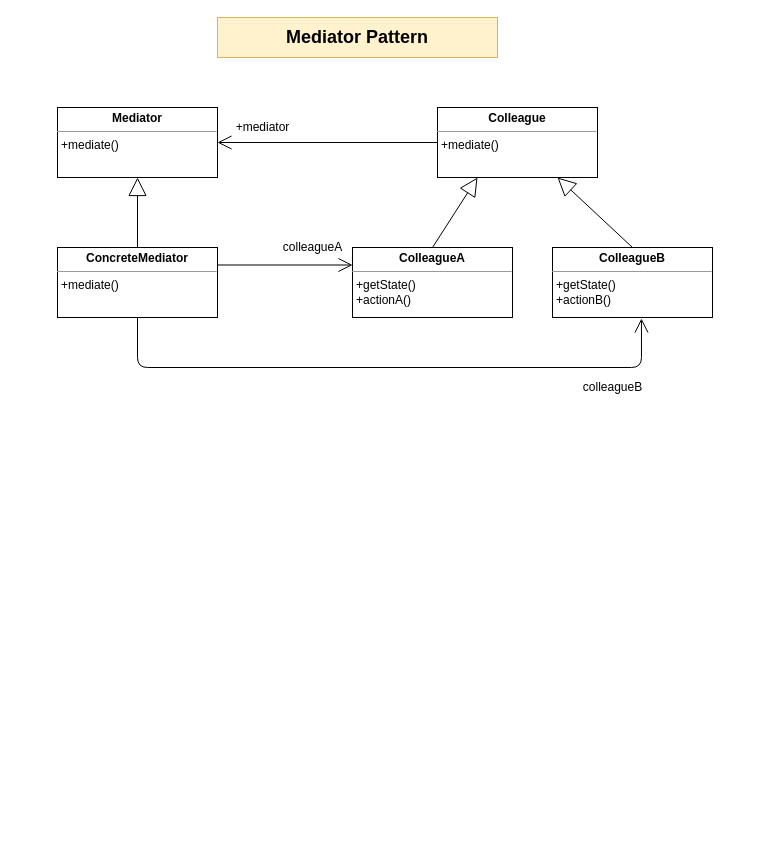
This is Design Pattern/Behavioral_Pattern/Mediator Pattern.drawio from ballantine04/ballantine04, a draw.io file, before an edit. Source tidied: cells renumbered, new cells numbered last; positions are measured from the earlier drawing's top-left corner, leaving out a move shared by most shapes. Both pictures are drawn from the tidied source at 100%, with x=0, y=0 at pixel (57, 17).
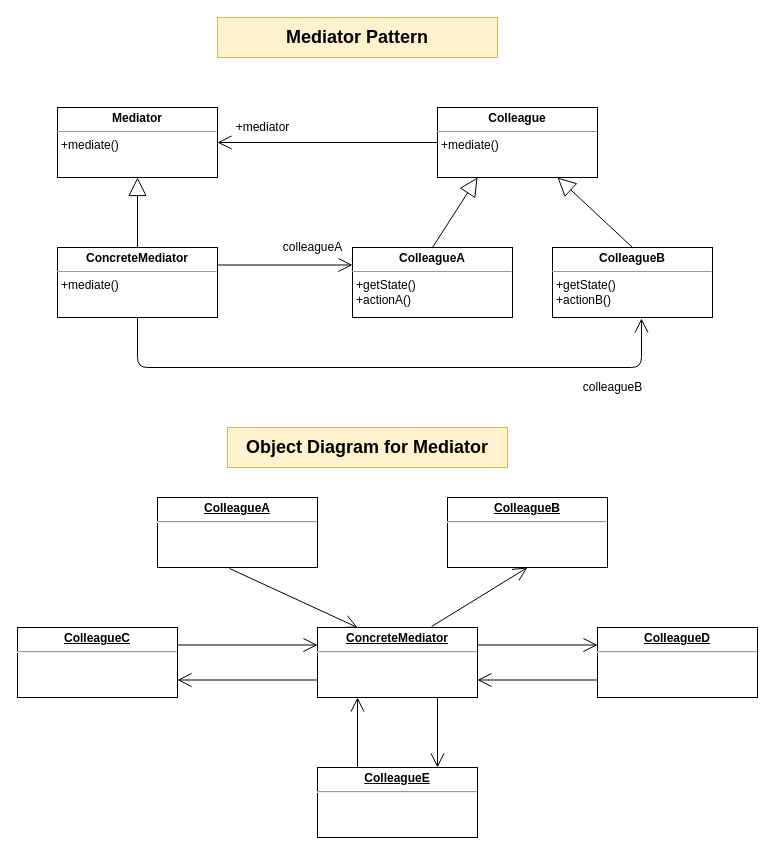
Above is the later version.

Diff of the diagram source:
```diff
@@
+    <mxCell id="17" value="Object Diagram for Mediator" style="text;html=1;strokeColor=#d6b656;fillColor=#fff2cc;align=center;verticalAlign=middle;whiteSpace=wrap;rounded=0;fontSize=18;fontStyle=1;" parent="1" vertex="1">
+      <mxGeometry x="170" y="410" width="280" height="40" as="geometry" />
+    </mxCell>
+    <mxCell id="18" value="&lt;p style=&quot;margin: 0px ; margin-top: 4px ; text-align: center ; text-decoration: underline&quot;&gt;&lt;b&gt;ColleagueA&lt;/b&gt;&lt;/p&gt;&lt;hr&gt;&lt;p style=&quot;margin: 0px ; margin-left: 8px&quot;&gt;&lt;br&gt;&lt;/p&gt;" style="verticalAlign=top;align=left;overflow=fill;fontSize=12;fontFamily=Helvetica;html=1;" parent="1" vertex="1">
+      <mxGeometry x="100" y="480" width="160" height="70" as="geometry" />
+    </mxCell>
+    <mxCell id="19" value="&lt;p style=&quot;margin: 0px ; margin-top: 4px ; text-align: center ; text-decoration: underline&quot;&gt;&lt;b&gt;ColleagueB&lt;/b&gt;&lt;/p&gt;&lt;hr&gt;&lt;p style=&quot;margin: 0px ; margin-left: 8px&quot;&gt;&lt;br&gt;&lt;/p&gt;" style="verticalAlign=top;align=left;overflow=fill;fontSize=12;fontFamily=Helvetica;html=1;" parent="1" vertex="1">
+      <mxGeometry x="390" y="480" width="160" height="70" as="geometry" />
+    </mxCell>
+    <mxCell id="20" value="&lt;p style=&quot;margin: 0px ; margin-top: 4px ; text-align: center ; text-decoration: underline&quot;&gt;&lt;b&gt;ColleagueC&lt;/b&gt;&lt;/p&gt;&lt;hr&gt;&lt;p style=&quot;margin: 0px ; margin-left: 8px&quot;&gt;&lt;br&gt;&lt;/p&gt;" style="verticalAlign=top;align=left;overflow=fill;fontSize=12;fontFamily=Helvetica;html=1;" parent="1" vertex="1">
+      <mxGeometry x="-40" y="610" width="160" height="70" as="geometry" />
+    </mxCell>
+    <mxCell id="21" value="&lt;p style=&quot;margin: 0px ; margin-top: 4px ; text-align: center ; text-decoration: underline&quot;&gt;&lt;b&gt;ConcreteMediator&lt;/b&gt;&lt;/p&gt;&lt;hr&gt;&lt;p style=&quot;margin: 0px ; margin-left: 8px&quot;&gt;&lt;br&gt;&lt;/p&gt;" style="verticalAlign=top;align=left;overflow=fill;fontSize=12;fontFamily=Helvetica;html=1;" parent="1" vertex="1">
+      <mxGeometry x="260" y="610" width="160" height="70" as="geometry" />
+    </mxCell>
+    <mxCell id="22" value="&lt;p style=&quot;margin: 0px ; margin-top: 4px ; text-align: center ; text-decoration: underline&quot;&gt;&lt;b&gt;ColleagueD&lt;/b&gt;&lt;/p&gt;&lt;hr&gt;&lt;p style=&quot;margin: 0px ; margin-left: 8px&quot;&gt;&lt;br&gt;&lt;/p&gt;" style="verticalAlign=top;align=left;overflow=fill;fontSize=12;fontFamily=Helvetica;html=1;" parent="1" vertex="1">
+      <mxGeometry x="540" y="610" width="160" height="70" as="geometry" />
+    </mxCell>
+    <mxCell id="23" value="&lt;p style=&quot;margin: 0px ; margin-top: 4px ; text-align: center ; text-decoration: underline&quot;&gt;&lt;b&gt;ColleagueE&lt;/b&gt;&lt;/p&gt;&lt;hr&gt;&lt;p style=&quot;margin: 0px ; margin-left: 8px&quot;&gt;&lt;br&gt;&lt;/p&gt;" style="verticalAlign=top;align=left;overflow=fill;fontSize=12;fontFamily=Helvetica;html=1;" parent="1" vertex="1">
+      <mxGeometry x="260" y="750" width="160" height="70" as="geometry" />
+    </mxCell>
+    <mxCell id="24" style="endArrow=open;endFill=1;endSize=12;html=1;exitX=0.45;exitY=1.014;exitDx=0;exitDy=0;exitPerimeter=0;entryX=0.25;entryY=0;entryDx=0;entryDy=0;" parent="1" edge="1" source="18" target="21">
+      <mxGeometry relative="1" as="geometry" />
+    </mxCell>
+    <mxCell id="25" style="endArrow=open;endFill=1;endSize=12;html=1;exitX=0.713;exitY=-0.014;exitDx=0;exitDy=0;exitPerimeter=0;entryX=0.5;entryY=1;entryDx=0;entryDy=0;" parent="1" edge="1" source="21" target="19">
+      <mxGeometry relative="1" as="geometry" />
+    </mxCell>
+    <mxCell id="26" style="endArrow=open;endFill=1;endSize=12;html=1;exitX=1;exitY=0.25;exitDx=0;exitDy=0;entryX=0;entryY=0.25;entryDx=0;entryDy=0;" parent="1" edge="1" source="21" target="22">
+      <mxGeometry relative="1" as="geometry" />
+    </mxCell>
+    <mxCell id="27" style="endArrow=open;endFill=1;endSize=12;html=1;exitX=0;exitY=0.75;exitDx=0;exitDy=0;entryX=1;entryY=0.75;entryDx=0;entryDy=0;" parent="1" edge="1" source="22" target="21">
+      <mxGeometry relative="1" as="geometry" />
+    </mxCell>
+    <mxCell id="28" style="endArrow=open;endFill=1;endSize=12;html=1;exitX=1;exitY=0.25;exitDx=0;exitDy=0;entryX=0;entryY=0.25;entryDx=0;entryDy=0;" parent="1" edge="1" source="20" target="21">
+      <mxGeometry relative="1" as="geometry" />
+    </mxCell>
+    <mxCell id="29" style="endArrow=open;endFill=1;endSize=12;html=1;exitX=0;exitY=0.75;exitDx=0;exitDy=0;entryX=1;entryY=0.75;entryDx=0;entryDy=0;" parent="1" edge="1" source="21" target="20">
+      <mxGeometry relative="1" as="geometry" />
+    </mxCell>
+    <mxCell id="30" style="endArrow=open;endFill=1;endSize=12;html=1;exitX=0.25;exitY=0;exitDx=0;exitDy=0;entryX=0.25;entryY=1;entryDx=0;entryDy=0;" parent="1" edge="1" source="23" target="21">
+      <mxGeometry relative="1" as="geometry" />
+    </mxCell>
+    <mxCell id="31" style="endArrow=open;endFill=1;endSize=12;html=1;exitX=0.75;exitY=1;exitDx=0;exitDy=0;entryX=0.75;entryY=0;entryDx=0;entryDy=0;" parent="1" edge="1" source="21" target="23">
+      <mxGeometry relative="1" as="geometry" />
+    </mxCell>
```
